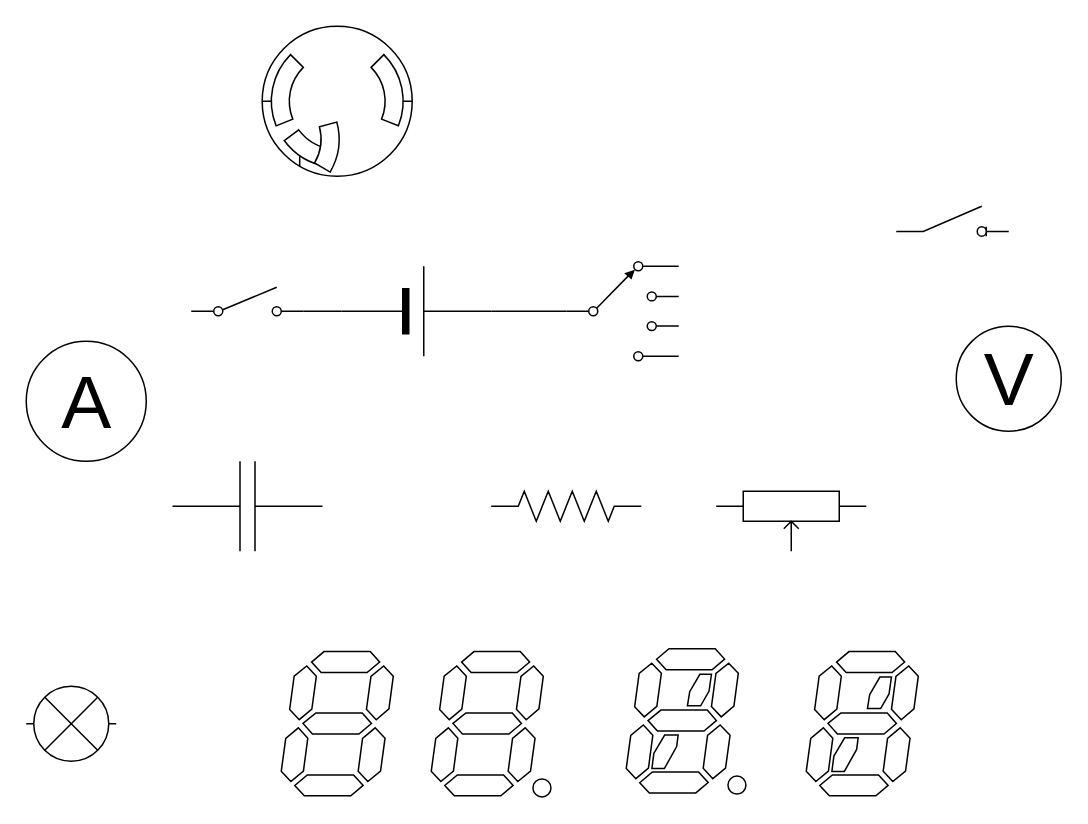
Before: lss/未命名绘图.drawio in lsss1111/Diagram01, a draw.io diagram. Source tidied: cells renumbered, new cells numbered last; positions are measured from the earlier drawing's top-left corner, leaving out a move shared by most shapes. Both pictures are drawn from the tidied source at 150%, with x=0, y=0 at pixel (26, 26).
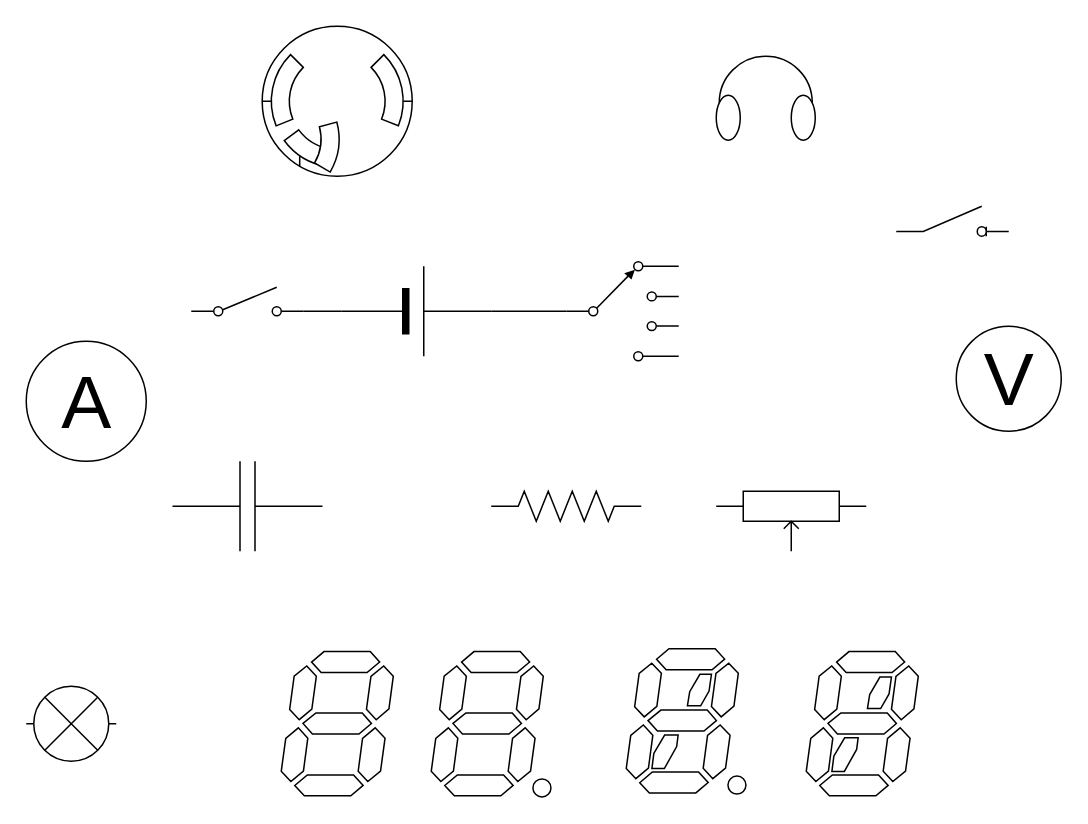
The same page after the edit.

Commit message (it also covers changes not shown here):
更新未命名绘图.drawio

Change to the diagram source:
```diff
@@
 <mxGraphModel>
   <root>
     <mxCell id="0" />
     <mxCell id="1" parent="0" />
     <mxCell id="2" style="edgeStyle=orthogonalEdgeStyle;rounded=0;jettySize=auto;html=1;entryX=0;entryY=0.5;entryDx=0;entryDy=0;entryPerimeter=0;endArrow=none;endFill=0;" parent="1" edge="1" source="4" target="7">
       <mxGeometry relative="1" as="geometry" />
     </mxCell>
     <mxCell id="3" style="edgeStyle=orthogonalEdgeStyle;rounded=0;jettySize=auto;html=1;entryX=1;entryY=0.8;entryDx=0;entryDy=0;endArrow=none;endFill=0;" parent="1" edge="1" source="4" target="6">
       <mxGeometry relative="1" as="geometry" />
     </mxCell>
     <mxCell id="4" style="verticalLabelPosition=bottom;shadow=0;dashed=0;align=center;fillColor=strokeColor;html=1;verticalAlign=top;strokeWidth=1;shape=mxgraph.electrical.miscellaneous.monocell_battery;" parent="1" vertex="1">
       <mxGeometry x="210" y="160" width="100" height="60" as="geometry" />
     </mxCell>
     <mxCell id="5" style="shape=mxgraph.electrical.electro-mechanical.switchDisconnector;elSwitchState=off;" parent="1" vertex="1">
       <mxGeometry x="580" y="120" width="75" height="20" as="geometry" />
     </mxCell>
     <mxCell id="6" style="shape=mxgraph.electrical.electro-mechanical.singleSwitch;elSwitchState=off;" parent="1" vertex="1">
       <mxGeometry x="110" y="174" width="75" height="20" as="geometry" />
     </mxCell>
     <mxCell id="7" style="verticalLabelPosition=bottom;shadow=0;dashed=0;align=center;html=1;verticalAlign=top;shape=mxgraph.electrical.electro-mechanical.selectorSwitch4Position2;elSwitchState=1;" parent="1" vertex="1">
       <mxGeometry x="360" y="157" width="75" height="66" as="geometry" />
     </mxCell>
     <mxCell id="8" style="verticalLabelPosition=bottom;shadow=0;dashed=0;align=center;html=1;verticalAlign=top;shape=mxgraph.electrical.capacitors.capacitor_1;" parent="1" vertex="1">
       <mxGeometry x="97.5" y="290" width="100" height="60" as="geometry" />
     </mxCell>
     <mxCell id="9" style="verticalLabelPosition=bottom;shadow=0;dashed=0;align=center;html=1;verticalAlign=top;shape=mxgraph.electrical.resistors.resistor_2;" parent="1" vertex="1">
       <mxGeometry x="310" y="310" width="100" height="20" as="geometry" />
     </mxCell>
     <mxCell id="10" style="verticalLabelPosition=bottom;shadow=0;dashed=0;align=center;html=1;verticalAlign=top;shape=mxgraph.electrical.resistors.potentiometer_1;" parent="1" vertex="1">
       <mxGeometry x="460" y="310" width="100" height="40" as="geometry" />
     </mxCell>
     <mxCell id="11" value="A" style="verticalLabelPosition=middle;shadow=0;dashed=0;align=center;html=1;verticalAlign=middle;strokeWidth=1;shape=ellipse;fontSize=50;" parent="1" vertex="1">
       <mxGeometry y="210" width="80" height="80" as="geometry" />
     </mxCell>
     <mxCell id="12" value="V" style="verticalLabelPosition=middle;shadow=0;dashed=0;align=center;html=1;verticalAlign=middle;strokeWidth=1;shape=ellipse;fontSize=50;" parent="1" vertex="1">
       <mxGeometry x="620" y="200" width="70" height="70" as="geometry" />
     </mxCell>
     <mxCell id="13" style="verticalLabelPosition=bottom;shadow=0;dashed=0;align=center;html=1;verticalAlign=top;shape=mxgraph.electrical.miscellaneous.light_bulb;" parent="1" vertex="1">
       <mxGeometry y="440" width="60" height="50" as="geometry" />
     </mxCell>
     <mxCell id="14" style="verticalLabelPosition=bottom;shadow=0;dashed=0;align=center;html=1;verticalAlign=top;shape=mxgraph.electrical.opto_electronics.7_segment_display;" parent="1" vertex="1">
       <mxGeometry x="170" y="416.9" width="74.7" height="96.1" as="geometry" />
     </mxCell>
     <mxCell id="15" style="verticalLabelPosition=bottom;shadow=0;dashed=0;align=center;html=1;verticalAlign=top;shape=mxgraph.electrical.opto_electronics.7_segment_display_with_dp;" parent="1" vertex="1">
       <mxGeometry x="270" y="416.9" width="79.8" height="96.9" as="geometry" />
     </mxCell>
     <mxCell id="16" style="verticalLabelPosition=bottom;shadow=0;dashed=0;align=center;html=1;verticalAlign=top;shape=mxgraph.electrical.opto_electronics.9_segment_display;" parent="1" vertex="1">
       <mxGeometry x="520" y="416.9" width="74.7" height="96.1" as="geometry" />
     </mxCell>
     <mxCell id="17" style="verticalLabelPosition=bottom;shadow=0;dashed=0;align=center;html=1;verticalAlign=top;shape=mxgraph.electrical.opto_electronics.9_segment_display_with_dp;" parent="1" vertex="1">
       <mxGeometry x="400" y="415" width="79.8" height="96.9" as="geometry" />
     </mxCell>
     <mxCell id="18" style="verticalLabelPosition=bottom;shadow=0;dashed=0;align=center;html=1;verticalAlign=top;shape=mxgraph.electrical.miscellaneous.f_m_3_conductor_4;" parent="1" vertex="1">
       <mxGeometry x="157.3" width="100" height="100" as="geometry" />
     </mxCell>
+    <mxCell id="19" style="verticalLabelPosition=bottom;shadow=0;dashed=0;align=center;html=1;verticalAlign=top;shape=mxgraph.electrical.radio.headphones;" parent="1" vertex="1">
+      <mxGeometry x="460" y="20" width="66" height="56" as="geometry" />
+    </mxCell>
   </root>
 </mxGraphModel>
```
